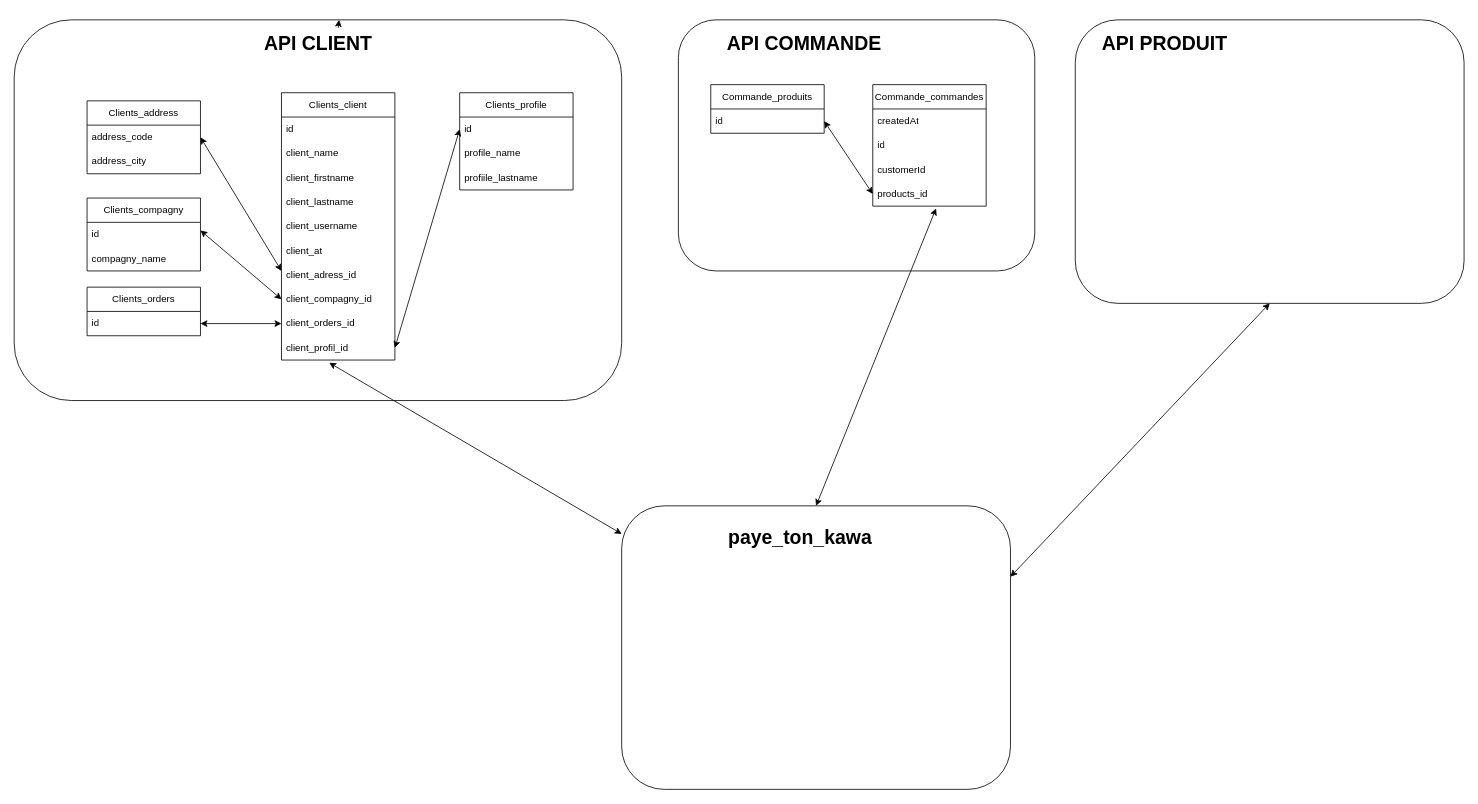
Earlier version of the draw.io diagram Documentation/MCD.drawio (MSPR2-GRP5/MSPR2-PAYETONKAWA). Source tidied: cells renumbered, new cells numbered last; positions are measured from the earlier drawing's top-left corner, leaving out a move shared by most shapes. Both pictures are drawn from the tidied source at 81%, with x=0, y=0 at pixel (14, 19).
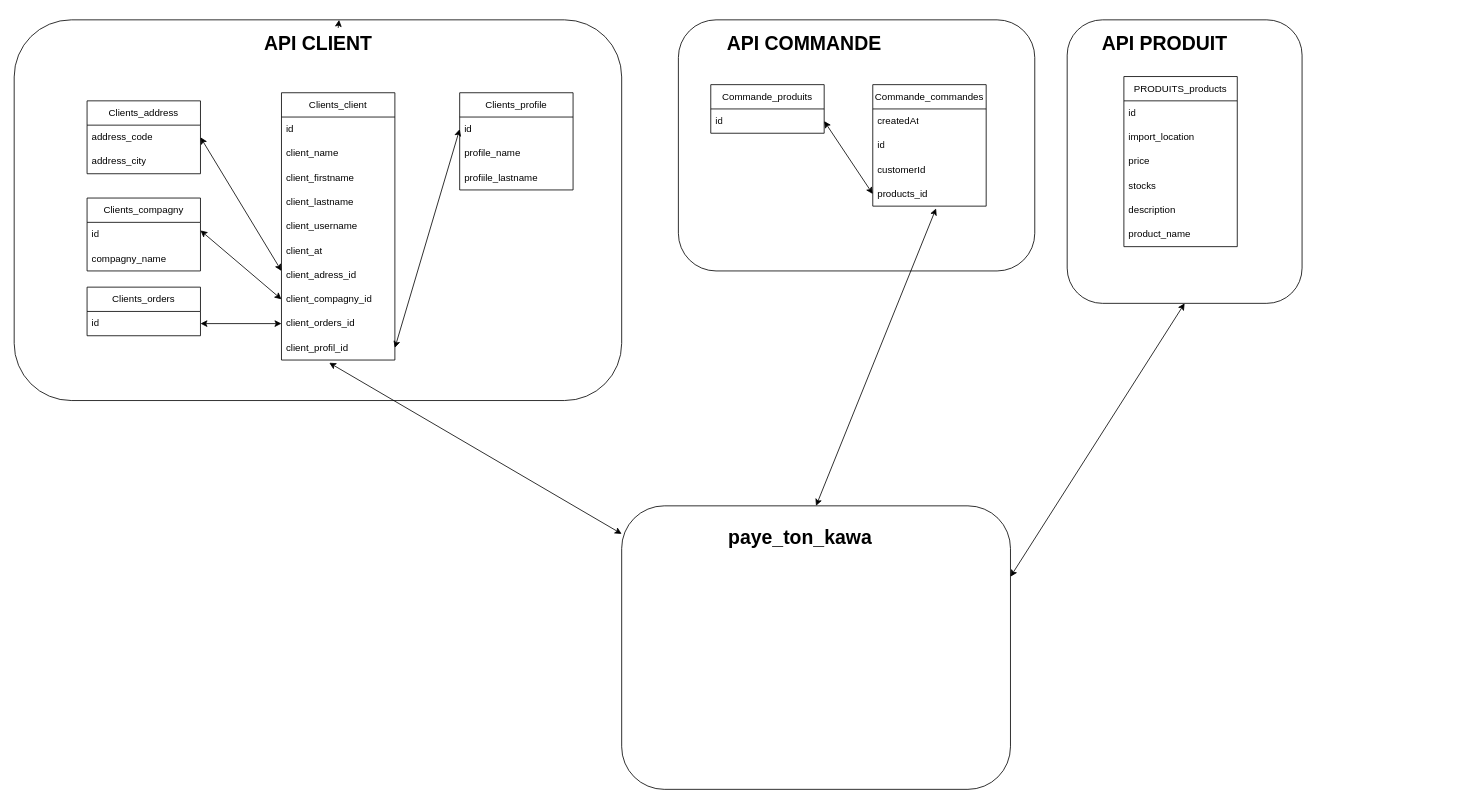
The same diagram, later.

Commit message (it also covers changes not shown here):
doc API 1 2 et 3 finish

Change to the diagram source:
```diff
@@
     <mxCell id="4" style="rounded=1;whiteSpace=wrap;html=1;" parent="1" vertex="1">
-      <mxGeometry x="1310" width="480" height="350" as="geometry" />
+      <mxGeometry x="1300" width="290" height="350" as="geometry" />
     </mxCell>
@@
+    <mxCell id="49" value="PRODUITS_products" style="swimlane;fontStyle=0;horizontal=1;startSize=30;whiteSpace=wrap;html=1;" parent="1" vertex="1">
+      <mxGeometry x="1370" y="70" width="140" height="210" as="geometry" />
+    </mxCell>
+    <mxCell id="50" value="id" style="text;strokeColor=none;fillColor=none;align=left;verticalAlign=middle;spacingLeft=4;spacingRight=4;overflow=hidden;whiteSpace=wrap;html=1;" parent="49" vertex="1">
+      <mxGeometry y="30" width="140" height="30" as="geometry" />
+    </mxCell>
+    <mxCell id="51" value="import_location" style="text;strokeColor=none;fillColor=none;align=left;verticalAlign=middle;spacingLeft=4;spacingRight=4;overflow=hidden;whiteSpace=wrap;html=1;" parent="49" vertex="1">
+      <mxGeometry y="60" width="140" height="30" as="geometry" />
+    </mxCell>
+    <mxCell id="52" value="price" style="text;strokeColor=none;fillColor=none;align=left;verticalAlign=middle;spacingLeft=4;spacingRight=4;overflow=hidden;whiteSpace=wrap;html=1;" parent="49" vertex="1">
+      <mxGeometry y="90" width="140" height="30" as="geometry" />
+    </mxCell>
+    <mxCell id="53" value="stocks" style="text;strokeColor=none;fillColor=none;align=left;verticalAlign=middle;spacingLeft=4;spacingRight=4;overflow=hidden;whiteSpace=wrap;html=1;" parent="49" vertex="1">
+      <mxGeometry y="120" width="140" height="30" as="geometry" />
+    </mxCell>
+    <mxCell id="54" value="description" style="text;strokeColor=none;fillColor=none;align=left;verticalAlign=middle;spacingLeft=4;spacingRight=4;overflow=hidden;whiteSpace=wrap;html=1;" parent="49" vertex="1">
+      <mxGeometry y="150" width="140" height="30" as="geometry" />
+    </mxCell>
+    <mxCell id="55" value="product_name" style="text;strokeColor=none;fillColor=none;align=left;verticalAlign=middle;spacingLeft=4;spacingRight=4;overflow=hidden;whiteSpace=wrap;html=1;" parent="49" vertex="1">
+      <mxGeometry y="180" width="140" height="30" as="geometry" />
+    </mxCell>
```
